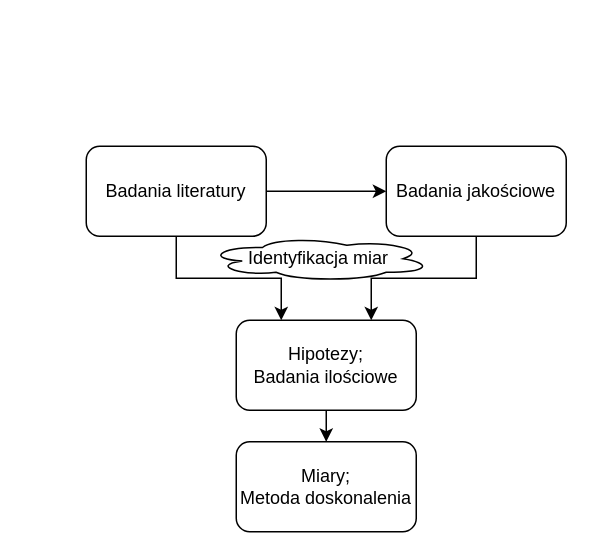
JeanPaulSzefler/doktorat_git keeps this draw.io diagram as Obrona_JPSZEFLER/pomocnicze_archiwum/SchematProcesuBadawczego.drawio. Above is the earlier version. Source tidied: cells renumbered, new cells numbered last; positions are measured from the earlier drawing's top-left corner, leaving out a move shared by most shapes. Both pictures are drawn from the tidied source at 150%, with x=0, y=0 at pixel (86, 146).
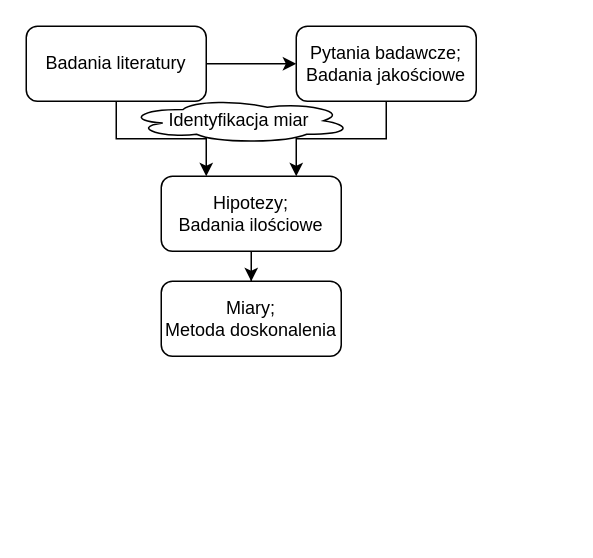
Above is the later version.

What changed in the source:
```diff
@@
 <mxGraphModel>
   <root>
     <mxCell id="0" />
     <mxCell id="1" parent="0" />
     <mxCell id="2" style="edgeStyle=orthogonalEdgeStyle;rounded=0;jettySize=auto;html=1;" parent="1" edge="1" source="4" target="6">
       <mxGeometry relative="1" as="geometry" />
     </mxCell>
     <mxCell id="3" style="edgeStyle=elbowEdgeStyle;rounded=0;jettySize=auto;html=1;exitX=0.5;exitY=1;exitDx=0;exitDy=0;elbow=vertical;entryX=0.25;entryY=0;entryDx=0;entryDy=0;" parent="1" edge="1" source="4" target="8">
       <mxGeometry relative="1" as="geometry" />
     </mxCell>
     <mxCell id="4" value="Badania literatury" style="rounded=1;whiteSpace=wrap;html=1;" parent="1" vertex="1">
-      <mxGeometry width="120" height="60" as="geometry" />
+      <mxGeometry x="-40" y="-80" width="120" height="50" as="geometry" />
     </mxCell>
     <mxCell id="5" style="rounded=0;jettySize=auto;html=1;exitX=0.5;exitY=1;exitDx=0;exitDy=0;entryX=0.75;entryY=0;entryDx=0;entryDy=0;edgeStyle=elbowEdgeStyle;elbow=vertical;" parent="1" edge="1" source="6" target="8">
       <mxGeometry relative="1" as="geometry" />
     </mxCell>
-    <mxCell id="6" value="&lt;div&gt;Badania jakościowe&lt;/div&gt;" style="rounded=1;whiteSpace=wrap;html=1;" parent="1" vertex="1">
-      <mxGeometry x="200" width="120" height="60" as="geometry" />
+    <mxCell id="6" value="&lt;div&gt;Pytania badawcze;&lt;/div&gt;&lt;div&gt;Badania jakościowe&lt;/div&gt;" style="rounded=1;whiteSpace=wrap;html=1;" parent="1" vertex="1">
+      <mxGeometry x="140" y="-80" width="120" height="50" as="geometry" />
     </mxCell>
     <mxCell id="7" style="edgeStyle=orthogonalEdgeStyle;rounded=0;jettySize=auto;html=1;" parent="1" edge="1" source="8" target="9">
       <mxGeometry relative="1" as="geometry" />
     </mxCell>
     <mxCell id="8" value="Hipotezy;&lt;br&gt;Badania ilościowe" style="rounded=1;whiteSpace=wrap;html=1;" parent="1" vertex="1">
-      <mxGeometry x="100" y="116" width="120" height="60" as="geometry" />
+      <mxGeometry x="50" y="20" width="120" height="50" as="geometry" />
     </mxCell>
     <mxCell id="9" value="Miary;&lt;br&gt;Metoda doskonalenia" style="rounded=1;whiteSpace=wrap;html=1;" parent="1" vertex="1">
-      <mxGeometry x="100" y="197" width="120" height="60" as="geometry" />
+      <mxGeometry x="50" y="90" width="120" height="50" as="geometry" />
     </mxCell>
     <mxCell id="10" style="edgeStyle=orthogonalEdgeStyle;rounded=0;orthogonalLoop=1;jettySize=auto;html=1;exitX=0.5;exitY=1;exitDx=0;exitDy=0;" parent="1" edge="1">
       <mxGeometry relative="1" as="geometry">
-        <mxPoint x="160" y="90" as="sourcePoint" />
-        <mxPoint x="160" y="90" as="targetPoint" />
+        <mxPoint x="110" as="sourcePoint" />
+        <mxPoint x="110" as="targetPoint" />
       </mxGeometry>
     </mxCell>
     <mxCell id="11" value="Identyfikacja miar" style="ellipse;shape=cloud;whiteSpace=wrap;html=1;" parent="1" vertex="1">
-      <mxGeometry x="80" y="60" width="150" height="30" as="geometry" />
+      <mxGeometry x="27" y="-32" width="150" height="30" as="geometry" />
     </mxCell>
   </root>
 </mxGraphModel>
```
